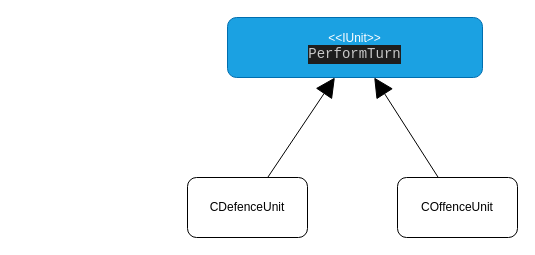
This is page "FirstDraft" (1 of 2) of docs/design.drawio from GalBrandwine/OOPGame, a draw.io file, before an edit. Source tidied: cells renumbered, new cells numbered last; positions are measured from the earlier drawing's top-left corner, leaving out a move shared by most shapes. Both pictures are drawn from the tidied source at 100%, with x=0, y=0 at pixel (187, 17).
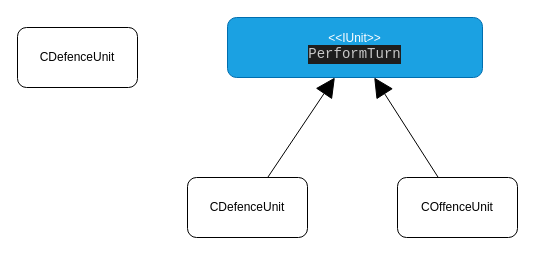
The same diagram, later.

Diff of the diagram source:
```diff
@@
 <mxGraphModel>
   <root>
     <mxCell id="0" />
     <mxCell id="1" parent="0" />
     <mxCell id="2" style="rounded=0;jettySize=auto;html=1;endArrow=block;endFill=1;strokeWidth=1;endSize=17;" parent="1" edge="1" source="5" target="4">
       <mxGeometry relative="1" as="geometry" />
     </mxCell>
     <mxCell id="3" style="edgeStyle=none;rounded=0;jettySize=auto;html=1;endArrow=block;endFill=1;endSize=17;strokeWidth=1;" parent="1" edge="1" source="6" target="4">
       <mxGeometry relative="1" as="geometry" />
     </mxCell>
     <mxCell id="4" value="&amp;lt;&amp;lt;IUnit&amp;gt;&amp;gt;&lt;br&gt;&lt;div style=&quot;color: rgb(212 , 212 , 212) ; background-color: rgb(30 , 30 , 30) ; font-family: &amp;#34;droid sans mono&amp;#34; , monospace , monospace , &amp;#34;droid sans fallback&amp;#34; ; font-size: 14px ; line-height: 19px&quot;&gt;&lt;span style=&quot;color: #c8c8c8&quot;&gt;PerformTurn&lt;/span&gt;&lt;/div&gt;" style="rounded=1;whiteSpace=wrap;html=1;fillColor=#1ba1e2;strokeColor=#006EAF;fontColor=#ffffff;" parent="1" vertex="1">
       <mxGeometry x="40" width="255" height="60" as="geometry" />
     </mxCell>
     <mxCell id="5" value="CDefenceUnit" style="rounded=1;whiteSpace=wrap;html=1;" parent="1" vertex="1">
       <mxGeometry y="160" width="120" height="60" as="geometry" />
     </mxCell>
     <mxCell id="6" value="COffenceUnit" style="rounded=1;whiteSpace=wrap;html=1;" parent="1" vertex="1">
       <mxGeometry x="210" y="160" width="120" height="60" as="geometry" />
     </mxCell>
+    <mxCell id="7" value="CDefenceUnit" style="rounded=1;whiteSpace=wrap;html=1;" parent="1" vertex="1">
+      <mxGeometry x="-170" y="10" width="120" height="60" as="geometry" />
+    </mxCell>
   </root>
 </mxGraphModel>
```
